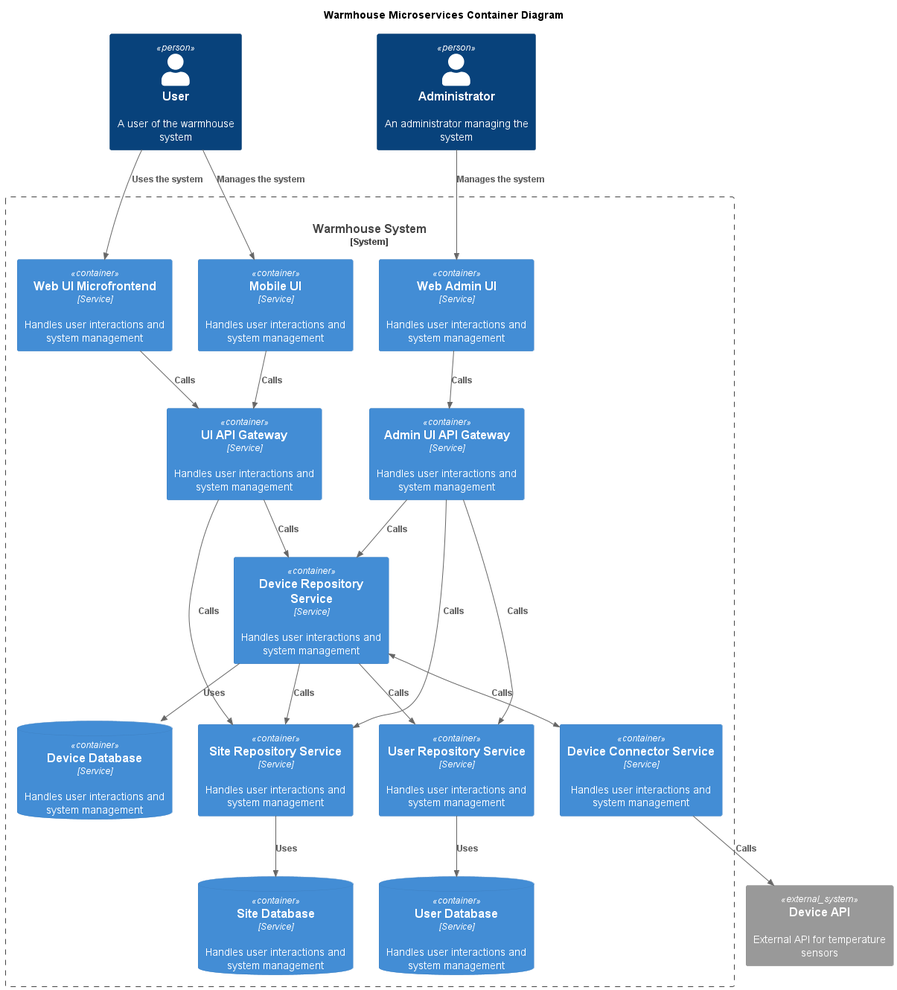
This is schemas/png/MicroservicesContainer/Microservices.png from El-76/architect-warmhouse, a PlantUML export, as it was before one commit.
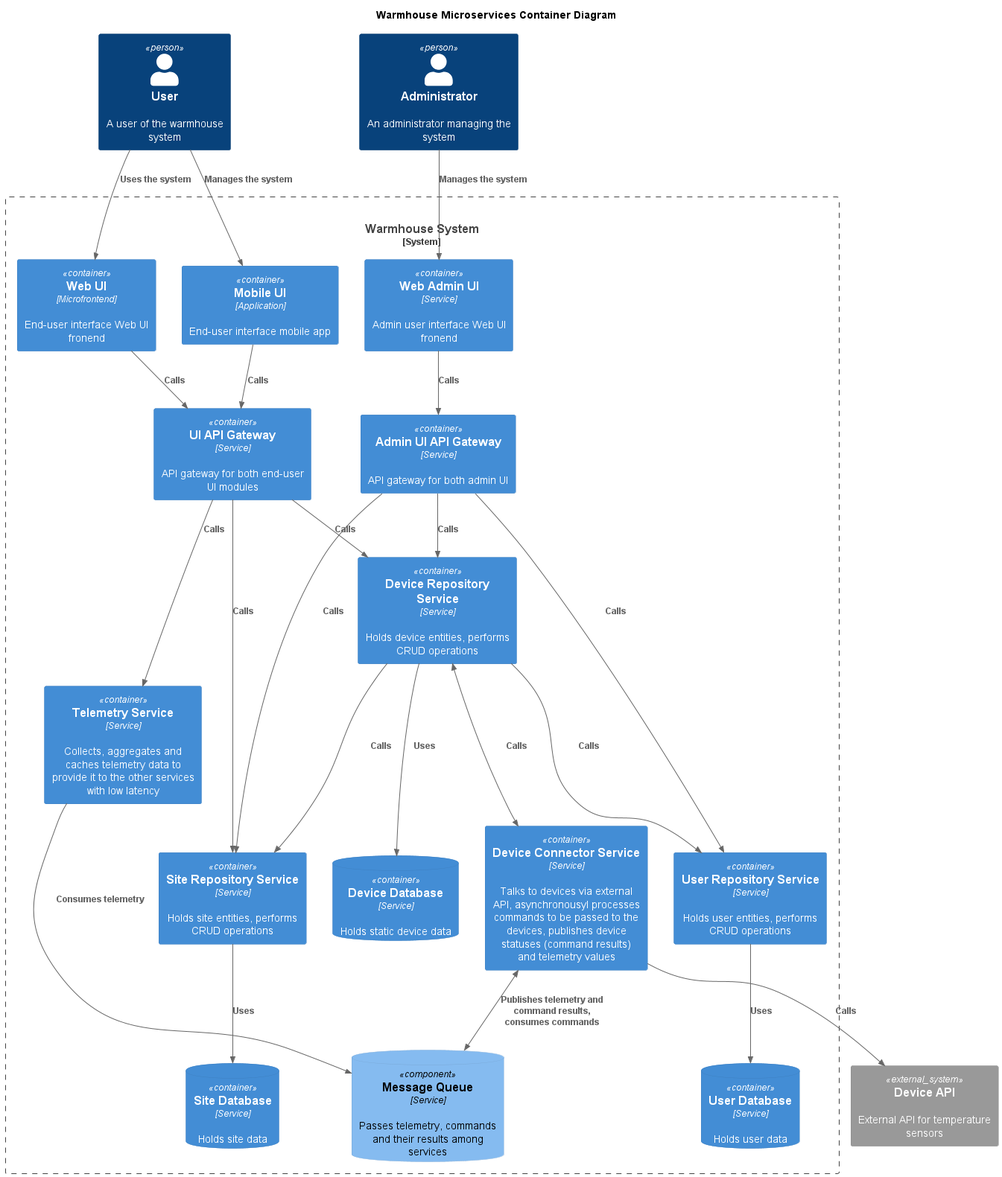
The same diagram one commit later.

Diff of the diagram source:
```diff
@@ -8,18 +8,20 @@
 Person(Admin, "Administrator", "An administrator managing the system")
 
 System_Boundary(WarmhouseSystem, "Warmhouse System", "System managing, issuing commands to and collecting data from temperature sensors") {
-    Container(WebUI, "Web UI Microfrontend", "Service", "Handles user interactions and system management")
-    Container(MobileUI, "Mobile UI", "Service", "Handles user interactions and system management")
-    Container(UIAPIGateway, "UI API Gateway", "Service", "Handles user interactions and system management")
-    Container(WebAdminUI, "Web Admin UI", "Service", "Handles user interactions and system management")
-    Container(AdminUIAPIGateway, "Admin UI API Gateway", "Service", "Handles user interactions and system management")
-    Container(DeviceRepositoryService, "Device Repository Service", "Service", "Handles user interactions and system management")
-    ContainerDb(DeviceRepositoryDatabase, "Device Database", "Service", "Handles user interactions and system management")
-    Container(DeviceConnectorService, "Device Connector Service", "Service", "Handles user interactions and system management")
-    Container(SiteRepositoryService, "Site Repository Service", "Service", "Handles user interactions and system management")
-    ContainerDb(SiteRepositoryDatabase, "Site Database", "Service", "Handles user interactions and system management")
-    Container(UserRepositoryService, "User Repository Service", "Service", "Handles user interactions and system management")
-    ContainerDb(UserRepositoryDatabase, "User Database", "Service", "Handles user interactions and system management")
+    Container(WebUI, "Web UI", "Microfrontend", "End-user interface Web UI fronend")
+    Container(MobileUI, "Mobile UI", "Application", "End-user interface mobile app")
+    Container(UIAPIGateway, "UI API Gateway", "Service", "API gateway for both end-user UI modules")
+    Container(WebAdminUI, "Web Admin UI", "Service", "Admin user interface Web UI fronend")
+    Container(AdminUIAPIGateway, "Admin UI API Gateway", "Service", "API gateway for both admin UI")
+    Container(DeviceRepositoryService, "Device Repository Service", "Service", "Holds device entities, performs CRUD operations")
+    ContainerDb(DeviceRepositoryDatabase, "Device Database", "Service", "Holds static device data")
+    Container(DeviceConnectorService, "Device Connector Service", "Service", "Talks to devices via external API, asynchronousyl processes commands to be passed to the devices, publishes device statuses (command results) and telemetry values")
+    Container(TelemetryService, "Telemetry Service", "Service", "Collects, aggregates and caches telemetry data to provide it to the other services with low latency")
+    Container(SiteRepositoryService, "Site Repository Service", "Service", "Holds site entities, performs CRUD operations")
+    ContainerDb(SiteRepositoryDatabase, "Site Database", "Service", "Holds site data")
+    Container(UserRepositoryService, "User Repository Service", "Service", "Holds user entities, performs CRUD operations")
+    ContainerDb(UserRepositoryDatabase, "User Database", "Service", "Holds user data")
+    ComponentDb(MessageQueuee, "Message Queue", "Service", "Passes telemetry, commands and their results among services")
 }
 
 System_Ext(DeviceAPI, "Device API", "External API for temperature sensors")
@@ -30,6 +32,7 @@
 Rel(WebUI, UIAPIGateway, "Calls")
 Rel(MobileUI, UIAPIGateway, "Calls")
 Rel(UIAPIGateway, DeviceRepositoryService, "Calls")
+Rel(UIAPIGateway, TelemetryService, "Calls")
 Rel(DeviceRepositoryService, DeviceRepositoryDatabase, "Uses")
 Rel(UIAPIGateway, SiteRepositoryService, "Calls")
 Rel(SiteRepositoryService, SiteRepositoryDatabase, "Uses")
@@ -42,7 +45,7 @@
 Rel(AdminUIAPIGateway, DeviceRepositoryService, "Calls")
 Rel(AdminUIAPIGateway, UserRepositoryService, "Calls")
 Rel(AdminUIAPIGateway, SiteRepositoryService, "Calls")
-
-
+Rel(TelemetryService, MessageQueuee, "Consumes telemetry")
+BiRel(DeviceConnectorService, MessageQueuee, "Publishes telemetry and command results, consumes commands")
 
 @enduml
```
